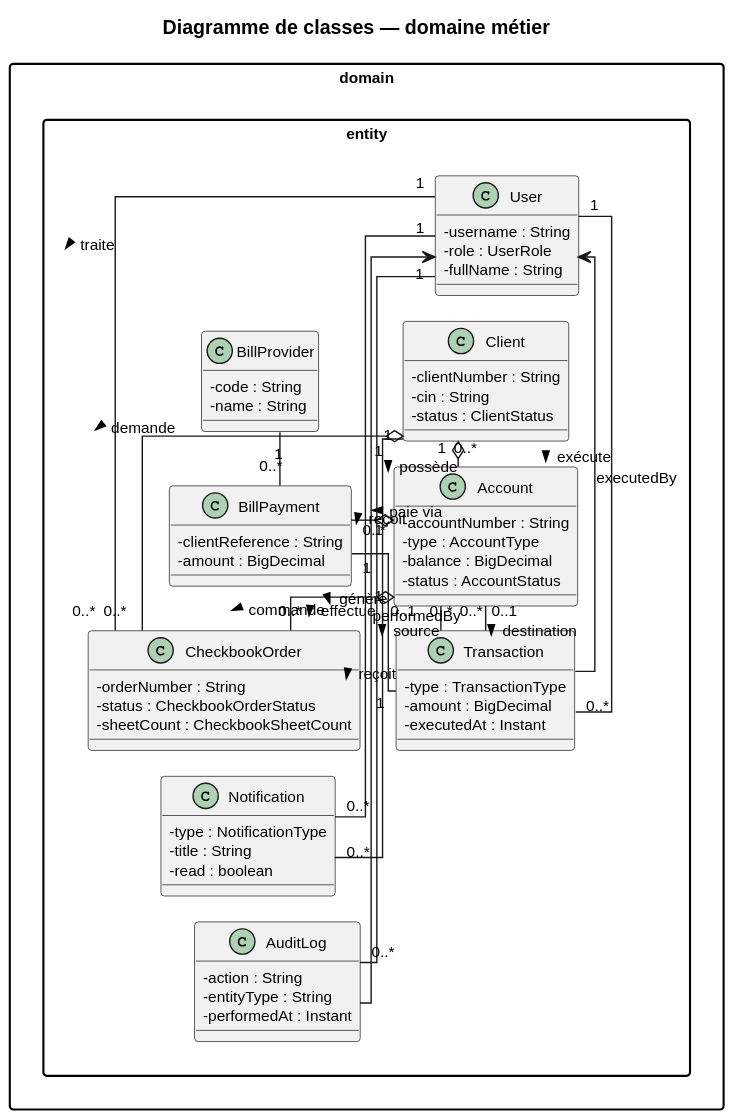
aminabensouda106-gif/banque1 keeps this PlantUML diagram as documentation/uml/diagramme-classes.svg. Above is the earlier version.
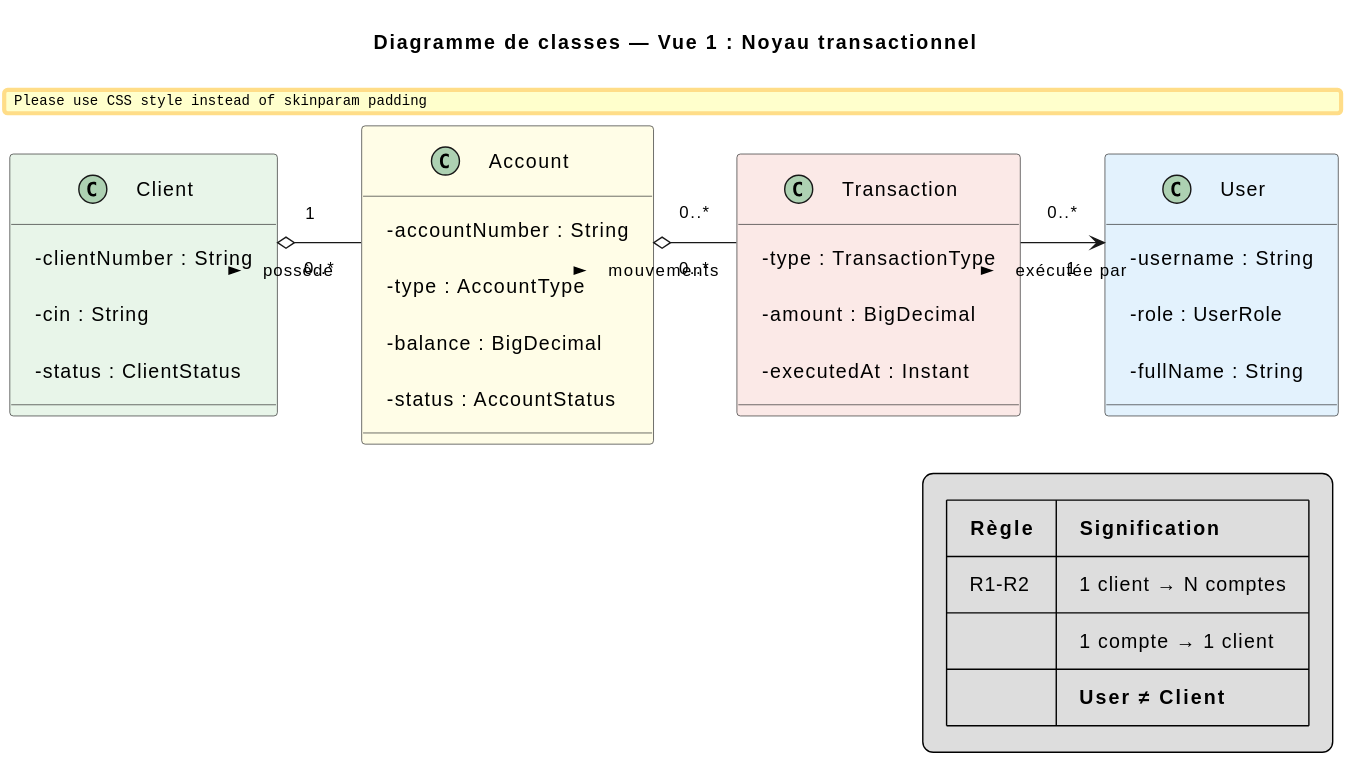
The same diagram one commit later.

Change to the diagram source:
```diff
@@ -1,90 +1,61 @@
 @startuml
 top to bottom direction
+
 skinparam shadowing false
 skinparam classAttributeIconSize 0
-skinparam nodesep 14
-skinparam ranksep 18
+skinparam nodesep 60
+skinparam ranksep 50
+skinparam defaultFontSize 14
+skinparam classFontSize 14
+skinparam ArrowFontSize 12
 skinparam linetype ortho
-skinparam defaultFontSize 11
-skinparam packageStyle rectangle
+skinparam Padding 12
+skinparam minClassWidth 160
 
-title Diagramme de classes — domaine métier
+title Diagramme de classes — Vue 1 : Noyau transactionnel
 
-package "domain.entity" {
-  together {
-    class User {
-      - username : String
-      - role : UserRole
-      - fullName : String
-    }
-    class Client {
-      - clientNumber : String
-      - cin : String
-      - status : ClientStatus
-    }
-    class Account {
-      - accountNumber : String
-      - type : AccountType
-      - balance : BigDecimal
-      - status : AccountStatus
-    }
-    class Transaction {
-      - type : TransactionType
-      - amount : BigDecimal
-      - executedAt : Instant
-    }
-    User -[hidden]down- Client
-    Client -[hidden]down- Account
-    Account -[hidden]down- Transaction
-  }
+skinparam class {
+  BackgroundColor #FAFAFA
+  BorderColor #333333
+}
 
-  together {
-    class BillProvider {
-      - code : String
-      - name : String
-    }
-    class BillPayment {
-      - clientReference : String
-      - amount : BigDecimal
-    }
-    class CheckbookOrder {
-      - orderNumber : String
-      - status : CheckbookOrderStatus
-      - sheetCount : CheckbookSheetCount
-    }
-    class Notification {
-      - type : NotificationType
-      - title : String
-      - read : boolean
-    }
-    class AuditLog {
-      - action : String
-      - entityType : String
-      - performedAt : Instant
-    }
-    BillProvider -[hidden]down- BillPayment
-    BillPayment -[hidden]down- CheckbookOrder
-    CheckbookOrder -[hidden]down- Notification
-    Notification -[hidden]down- AuditLog
-  }
+class Client #E8F5E9 {
+  - clientNumber : String
+  - cin : String
+  - status : ClientStatus
+}
 
-  User -[hidden]right- BillProvider
+class Account #FFFDE7 {
+  - accountNumber : String
+  - type : AccountType
+  - balance : BigDecimal
+  - status : AccountStatus
+}
 
-  Client "1" o-- "0..*" Account : possède >
-  User "1" -- "0..*" Transaction : exécute >
-  Account "0..1" -- "0..*" Transaction : source >
-  Account "0..1" -- "0..*" Transaction : destination >
-  Transaction --> User : executedBy
+class Transaction #FBE9E7 {
+  - type : TransactionType
+  - amount : BigDecimal
+  - executedAt : Instant
+}
 
-  Client "1" o-- "0..*" CheckbookOrder : demande >
-  Client "1" -- "0..*" Notification : reçoit >
-  Account "1" o-- "0..*" BillPayment : paie via >
-  Account "1" o-- "0..*" CheckbookOrder : commande >
-  BillProvider "1" -- "0..*" BillPayment
-  BillPayment "1" -- "1" Transaction : génère >
-  User "1" -- "0..*" CheckbookOrder : traite >
-  User "1" -- "0..*" AuditLog : effectue >
-  User "1" -- "0..*" Notification : reçoit >
-  AuditLog --> User : performedBy
+class User #E3F2FD {
+  - username : String
+  - role : UserRole
+  - fullName : String
 }
+
+Client -[hidden]right- Account
+Account -[hidden]right- Transaction
+Transaction -[hidden]right- User
+
+Client "1" o-- "0..*" Account : possède >
+Account "0..*" o-- "0..*" Transaction : mouvements >
+Transaction "0..*" --> "1" User : exécutée par >
+
+legend right
+  |= Règle |= Signification |
+  | R1-R2 | 1 client → N comptes |
+  | | 1 compte → 1 client |
+  | | **User ≠ Client** |
+endlegend
 @enduml
```
